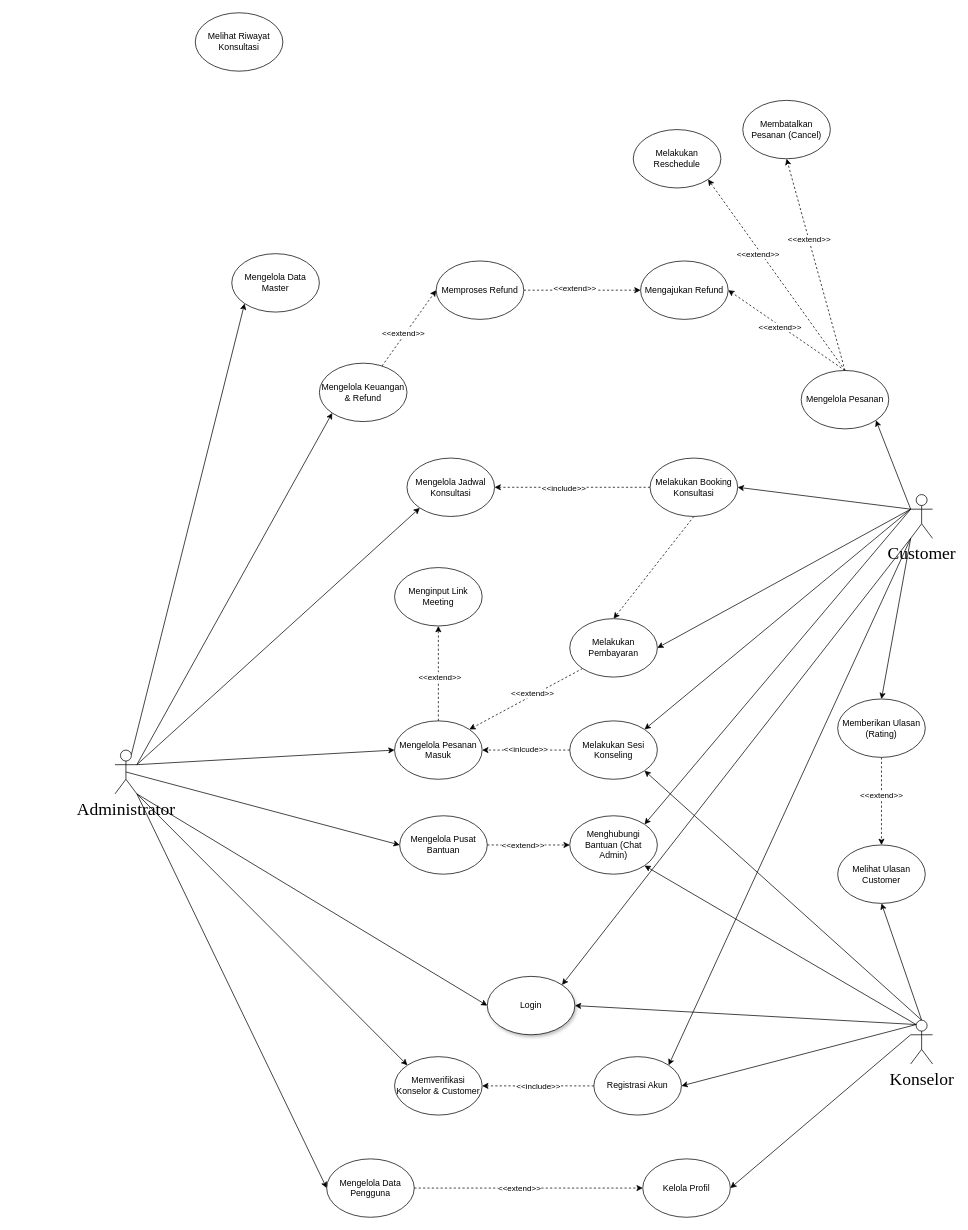
Before: Use Case Diagram.drawio in UlulAzmiALatala/moodly-app, a draw.io diagram. Source tidied: cells renumbered, new cells numbered last; positions are measured from the earlier drawing's top-left corner, leaving out a move shared by most shapes. Both pictures are drawn from the tidied source at 73%, with x=0, y=0 at pixel (115, 12).
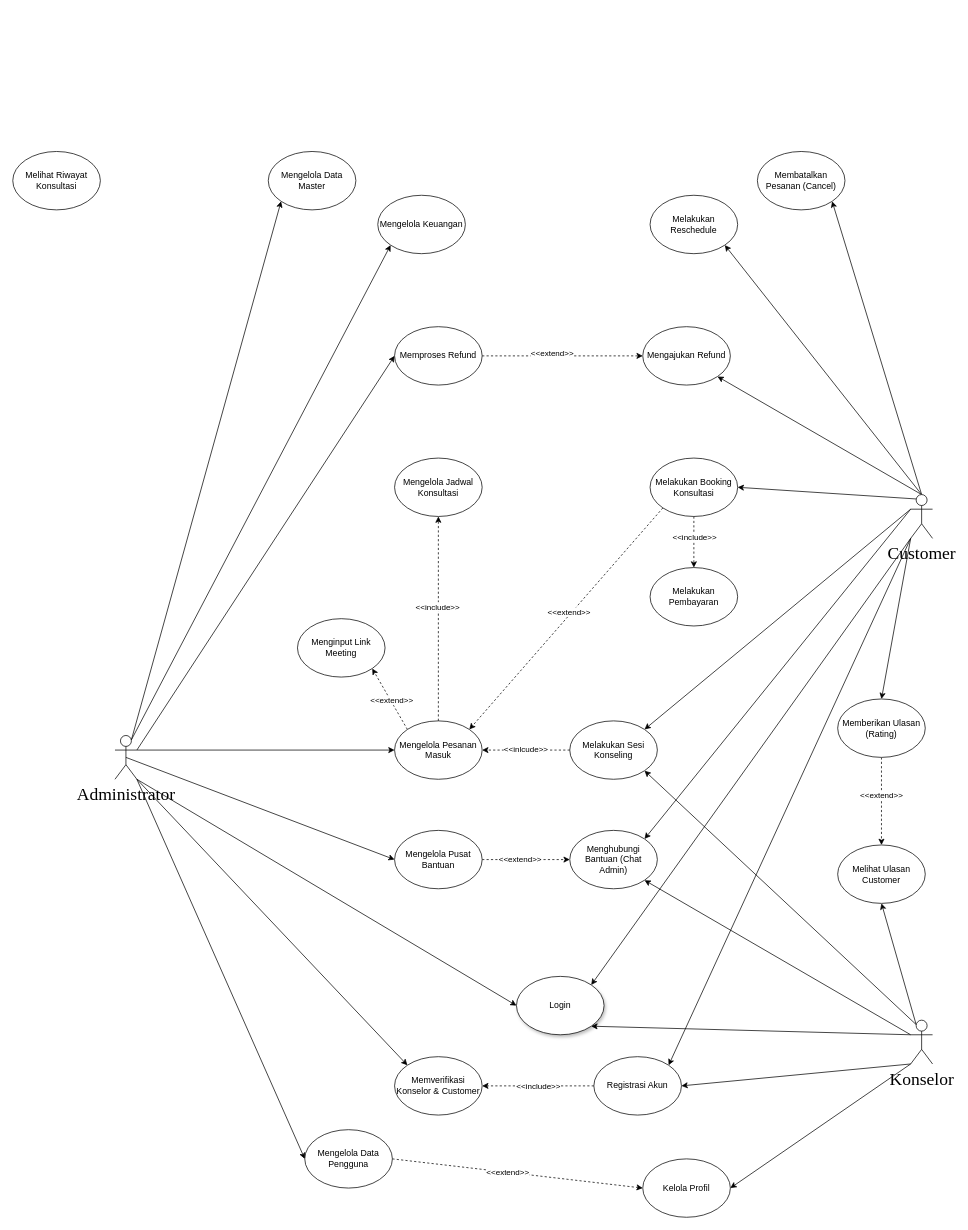
The same page after the edit.

The change refers to these unchanged cells:
```xml
<mxCell id="10" value="&lt;font face=&quot;Times New Roman&quot; style=&quot;font-size: 24px;&quot;&gt;Customer&lt;/font&gt;" style="shape=umlActor;verticalLabelPosition=bottom;verticalAlign=top;html=1;outlineConnect=0;" parent="1" vertex="1">
  <mxGeometry x="1090" y="660" width="30" height="60" as="geometry" />
</mxCell>
<mxCell id="15" value="Registrasi Akun" style="ellipse;whiteSpace=wrap;html=1;" parent="1" vertex="1">
  <mxGeometry x="656" y="1430" width="120" height="80" as="geometry" />
</mxCell>
<mxCell id="16" style="rounded=0;jettySize=auto;html=1;entryX=0.5;entryY=0;entryDx=0;entryDy=0;dashed=1;exitX=0.5;exitY=1;exitDx=0;exitDy=0;" parent="1" edge="1" source="19" target="26">
  <mxGeometry relative="1" as="geometry" />
</mxCell>
<mxCell id="19" value="Melakukan Booking Konsultasi" style="ellipse;whiteSpace=wrap;html=1;" parent="1" vertex="1">
  <mxGeometry x="733" y="610" width="120" height="80" as="geometry" />
</mxCell>
<mxCell id="22" value="&lt;p&gt;Melakukan Sesi Konseling&lt;/p&gt;" style="ellipse;whiteSpace=wrap;html=1;" parent="1" vertex="1">
  <mxGeometry x="623" y="970" width="120" height="80" as="geometry" />
</mxCell>
<mxCell id="23" value="Kelola Profil" style="ellipse;whiteSpace=wrap;html=1;" parent="1" vertex="1">
  <mxGeometry x="723" y="1570" width="120" height="80" as="geometry" />
</mxCell>
<mxCell id="42" value="&lt;font face=&quot;Times New Roman&quot; style=&quot;font-size: 24px;&quot;&gt;Konselor&lt;/font&gt;" style="shape=umlActor;verticalLabelPosition=bottom;verticalAlign=top;html=1;outlineConnect=0;" parent="1" vertex="1">
  <mxGeometry x="1090" y="1380" width="30" height="60" as="geometry" />
</mxCell>
<mxCell id="52" value="Melihat Ulasan Customer" style="ellipse;whiteSpace=wrap;html=1;" parent="1" vertex="1">
  <mxGeometry x="990" y="1140" width="120" height="80" as="geometry" />
</mxCell>
<mxCell id="64" value="Mengelola Pesanan Masuk" style="ellipse;whiteSpace=wrap;html=1;" parent="1" vertex="1">
  <mxGeometry x="383" y="970" width="120" height="80" as="geometry" />
</mxCell>
```

Diff of the diagram source:
```diff
@@
-    <mxCell id="2" style="rounded=0;jettySize=auto;html=1;exitX=0;exitY=0.3333333333333333;exitDx=0;exitDy=0;exitPerimeter=0;entryX=1;entryY=0.5;entryDx=0;entryDy=0;" parent="1" edge="1" source="10" target="19">
+    <mxCell id="2" style="rounded=0;jettySize=auto;html=1;exitX=0.25;exitY=0.1;exitDx=0;exitDy=0;exitPerimeter=0;entryX=1;entryY=0.5;entryDx=0;entryDy=0;" parent="1" edge="1" source="10" target="19">
       <mxGeometry relative="1" as="geometry" />
     </mxCell>
-    <mxCell id="3" style="rounded=0;jettySize=auto;html=1;exitX=0;exitY=0.3333333333333333;exitDx=0;exitDy=0;exitPerimeter=0;entryX=1;entryY=0.5;entryDx=0;entryDy=0;" parent="1" edge="1" source="10" target="26">
-      <mxGeometry relative="1" as="geometry" />
-    </mxCell>
@@
-    <mxCell id="5" style="rounded=0;jettySize=auto;html=1;exitX=0;exitY=0.3333333333333333;exitDx=0;exitDy=0;exitPerimeter=0;entryX=1;entryY=1;entryDx=0;entryDy=0;" parent="1" edge="1" source="10" target="31">
+    <mxCell id="5" style="rounded=0;jettySize=auto;html=1;exitX=0.5;exitY=0;exitDx=0;exitDy=0;exitPerimeter=0;entryX=1;entryY=1;entryDx=0;entryDy=0;" parent="1" edge="1" source="10" target="27">
       <mxGeometry relative="1" as="geometry" />
     </mxCell>
@@
+    <mxCell id="78" style="rounded=0;jettySize=auto;html=1;exitX=0.5;exitY=0;exitDx=0;exitDy=0;exitPerimeter=0;entryX=1;entryY=1;entryDx=0;entryDy=0;" parent="1" edge="1" source="10" target="12">
+      <mxGeometry relative="1" as="geometry" />
+    </mxCell>
+    <mxCell id="79" style="rounded=0;jettySize=auto;html=1;exitX=0.5;exitY=0;exitDx=0;exitDy=0;exitPerimeter=0;entryX=1;entryY=1;entryDx=0;entryDy=0;" parent="1" edge="1" source="10" target="43">
+      <mxGeometry relative="1" as="geometry" />
+    </mxCell>
@@
     <mxCell id="11" value="Login" style="ellipse;whiteSpace=wrap;html=1;shadow=1;" parent="1" vertex="1">
-      <mxGeometry x="510" y="1320" width="120" height="80" as="geometry" />
+      <mxGeometry x="550" y="1320" width="120" height="80" as="geometry" />
     </mxCell>
     <mxCell id="12" value="Melakukan Reschedule" style="ellipse;whiteSpace=wrap;html=1;" parent="1" vertex="1">
-      <mxGeometry x="710" y="160" width="120" height="80" as="geometry" />
+      <mxGeometry x="733" y="250" width="120" height="80" as="geometry" />
     </mxCell>
@@
-    <mxCell id="17" style="rounded=0;jettySize=auto;html=1;exitX=0;exitY=0.5;exitDx=0;exitDy=0;entryX=1;entryY=0.5;entryDx=0;entryDy=0;dashed=1;" parent="1" edge="1" source="19" target="53">
-      <mxGeometry relative="1" as="geometry" />
-    </mxCell>
-    <mxCell id="18" value="&amp;lt;&amp;lt;include&amp;gt;&amp;gt;" style="edgeLabel;html=1;align=center;verticalAlign=middle;" parent="17" vertex="1">
-      <mxGeometry x="0.12" relative="1" as="geometry" />
-    </mxCell>
+    <mxCell id="80" value="&amp;lt;&amp;lt;include&amp;gt;&amp;gt;" style="edgeLabel;html=1;align=center;verticalAlign=middle;" parent="16" vertex="1">
+      <mxGeometry x="-0.22" y="1" relative="1" as="geometry">
+        <mxPoint x="-1" y="1" as="offset" />
+      </mxGeometry>
+    </mxCell>
+    <mxCell id="81" style="rounded=0;jettySize=auto;html=1;exitX=0;exitY=1;exitDx=0;exitDy=0;entryX=1;entryY=0;entryDx=0;entryDy=0;dashed=1;" parent="1" edge="1" source="19" target="64">
+      <mxGeometry relative="1" as="geometry" />
+    </mxCell>
+    <mxCell id="82" value="&amp;lt;&amp;lt;extend&amp;gt;&amp;gt;" style="edgeLabel;html=1;align=center;verticalAlign=middle;" parent="81" vertex="1">
+      <mxGeometry x="-0.04" y="-3" relative="1" as="geometry">
+        <mxPoint y="-1" as="offset" />
+      </mxGeometry>
+    </mxCell>
@@
-    <mxCell id="24" style="rounded=0;jettySize=auto;html=1;exitX=0;exitY=1;exitDx=0;exitDy=0;entryX=1;entryY=0;entryDx=0;entryDy=0;dashed=1;" parent="1" edge="1" source="26" target="64">
-      <mxGeometry relative="1" as="geometry" />
-    </mxCell>
-    <mxCell id="25" value="&amp;lt;&amp;lt;extend&amp;gt;&amp;gt;" style="edgeLabel;html=1;align=center;verticalAlign=middle;" parent="24" vertex="1">
-      <mxGeometry x="-0.13" y="-3" relative="1" as="geometry" />
-    </mxCell>
     <mxCell id="26" value="Melakukan Pembayaran" style="ellipse;whiteSpace=wrap;html=1;" parent="1" vertex="1">
-      <mxGeometry x="623" y="830" width="120" height="80" as="geometry" />
+      <mxGeometry x="733" y="760" width="120" height="80" as="geometry" />
     </mxCell>
     <mxCell id="27" value="Membatalkan Pesanan (Cancel)" style="ellipse;whiteSpace=wrap;html=1;" parent="1" vertex="1">
-      <mxGeometry x="860" y="120" width="120" height="80" as="geometry" />
+      <mxGeometry x="880" y="190" width="120" height="80" as="geometry" />
     </mxCell>
-    <mxCell id="28" style="rounded=0;jettySize=auto;html=1;exitX=0.5;exitY=0;exitDx=0;exitDy=0;entryX=1;entryY=0.5;entryDx=0;entryDy=0;dashed=1;" parent="1" edge="1" source="31" target="43">
-      <mxGeometry relative="1" as="geometry" />
-    </mxCell>
-    <mxCell id="29" style="rounded=0;jettySize=auto;html=1;exitX=0.5;exitY=0;exitDx=0;exitDy=0;entryX=0.5;entryY=1;entryDx=0;entryDy=0;dashed=1;" parent="1" edge="1" source="31" target="27">
-      <mxGeometry relative="1" as="geometry" />
-    </mxCell>
-    <mxCell id="30" style="rounded=0;jettySize=auto;html=1;exitX=0.5;exitY=0;exitDx=0;exitDy=0;entryX=1;entryY=1;entryDx=0;entryDy=0;dashed=1;" parent="1" edge="1" source="31" target="12">
-      <mxGeometry relative="1" as="geometry" />
-    </mxCell>
-    <mxCell id="31" value="Mengelola Pesanan" style="ellipse;whiteSpace=wrap;html=1;" parent="1" vertex="1">
-      <mxGeometry x="940" y="490" width="120" height="80" as="geometry" />
-    </mxCell>
@@
-    <mxCell id="35" style="edgeStyle=orthogonalEdgeStyle;rounded=0;orthogonalLoop=1;jettySize=auto;html=1;exitX=0.5;exitY=1;exitDx=0;exitDy=0;" parent="1" edge="1" source="31" target="31">
-      <mxGeometry relative="1" as="geometry" />
+    <mxCell id="35" style="edgeStyle=orthogonalEdgeStyle;rounded=0;orthogonalLoop=1;jettySize=auto;html=1;exitX=0.5;exitY=1;exitDx=0;exitDy=0;" parent="1" edge="1">
+      <mxGeometry relative="1" as="geometry">
+        <mxPoint x="1000" y="570" as="sourcePoint" />
+        <mxPoint x="1000" y="570" as="targetPoint" />
+      </mxGeometry>
     </mxCell>
-    <mxCell id="36" style="rounded=0;jettySize=auto;html=1;exitX=0.25;exitY=0.1;exitDx=0;exitDy=0;exitPerimeter=0;entryX=1;entryY=0.5;entryDx=0;entryDy=0;" parent="1" edge="1" source="42" target="15">
+    <mxCell id="36" style="rounded=0;jettySize=auto;html=1;exitX=0;exitY=1;exitDx=0;exitDy=0;exitPerimeter=0;entryX=1;entryY=0.5;entryDx=0;entryDy=0;" parent="1" edge="1" source="42" target="15">
       <mxGeometry relative="1" as="geometry" />
     </mxCell>
-    <mxCell id="37" style="rounded=0;jettySize=auto;html=1;exitX=0;exitY=0.3333333333333333;exitDx=0;exitDy=0;exitPerimeter=0;entryX=1;entryY=0.5;entryDx=0;entryDy=0;" parent="1" edge="1" source="42" target="23">
+    <mxCell id="37" style="rounded=0;jettySize=auto;html=1;exitX=0;exitY=1;exitDx=0;exitDy=0;exitPerimeter=0;entryX=1;entryY=0.5;entryDx=0;entryDy=0;" parent="1" edge="1" source="42" target="23">
       <mxGeometry relative="1" as="geometry" />
     </mxCell>
-    <mxCell id="38" style="rounded=0;jettySize=auto;html=1;exitX=0.5;exitY=0;exitDx=0;exitDy=0;exitPerimeter=0;entryX=0.5;entryY=1;entryDx=0;entryDy=0;" parent="1" edge="1" source="42" target="52">
+    <mxCell id="38" style="rounded=0;jettySize=auto;html=1;exitX=0.25;exitY=0.1;exitDx=0;exitDy=0;exitPerimeter=0;entryX=0.5;entryY=1;entryDx=0;entryDy=0;" parent="1" edge="1" source="42" target="52">
       <mxGeometry relative="1" as="geometry" />
     </mxCell>
-    <mxCell id="39" style="rounded=0;jettySize=auto;html=1;entryX=1;entryY=0.5;entryDx=0;entryDy=0;exitX=0.25;exitY=0.1;exitDx=0;exitDy=0;exitPerimeter=0;" parent="1" edge="1" source="42" target="11">
+    <mxCell id="39" style="rounded=0;jettySize=auto;html=1;entryX=1;entryY=1;entryDx=0;entryDy=0;exitX=0;exitY=0.3333333333333333;exitDx=0;exitDy=0;exitPerimeter=0;" parent="1" edge="1" source="42" target="11">
       <mxGeometry relative="1" as="geometry" />
     </mxCell>
-    <mxCell id="40" style="rounded=0;jettySize=auto;html=1;exitX=0.25;exitY=0.1;exitDx=0;exitDy=0;exitPerimeter=0;entryX=1;entryY=1;entryDx=0;entryDy=0;" parent="1" edge="1" source="42" target="74">
+    <mxCell id="40" style="rounded=0;jettySize=auto;html=1;exitX=0;exitY=0.3333333333333333;exitDx=0;exitDy=0;exitPerimeter=0;entryX=1;entryY=1;entryDx=0;entryDy=0;" parent="1" edge="1" source="42" target="74">
       <mxGeometry relative="1" as="geometry" />
     </mxCell>
-    <mxCell id="41" style="rounded=0;jettySize=auto;html=1;exitX=0.5;exitY=0;exitDx=0;exitDy=0;exitPerimeter=0;entryX=1;entryY=1;entryDx=0;entryDy=0;" parent="1" edge="1" source="42" target="22">
+    <mxCell id="41" style="rounded=0;jettySize=auto;html=1;exitX=0.25;exitY=0.1;exitDx=0;exitDy=0;exitPerimeter=0;entryX=1;entryY=1;entryDx=0;entryDy=0;" parent="1" edge="1" source="42" target="22">
       <mxGeometry relative="1" as="geometry" />
     </mxCell>
@@
     <mxCell id="43" value="Mengajukan Refund" style="ellipse;whiteSpace=wrap;html=1;" parent="1" vertex="1">
-      <mxGeometry x="720" y="340" width="120" height="80" as="geometry" />
+      <mxGeometry x="723" y="430" width="120" height="80" as="geometry" />
     </mxCell>
-    <mxCell id="44" style="rounded=0;jettySize=auto;html=1;exitX=1;exitY=0.3333333333333333;exitDx=0;exitDy=0;exitPerimeter=0;entryX=0;entryY=1;entryDx=0;entryDy=0;" parent="1" edge="1" source="51" target="53">
-      <mxGeometry relative="1" as="geometry" />
-    </mxCell>
@@
-    <mxCell id="47" style="rounded=0;jettySize=auto;html=1;exitX=1;exitY=0.3333333333333333;exitDx=0;exitDy=0;exitPerimeter=0;entryX=0;entryY=1;entryDx=0;entryDy=0;" parent="1" edge="1" source="51" target="60">
+    <mxCell id="47" style="rounded=0;jettySize=auto;html=1;exitX=1;exitY=0.3333333333333333;exitDx=0;exitDy=0;exitPerimeter=0;entryX=0;entryY=0.5;entryDx=0;entryDy=0;" parent="1" edge="1" source="51" target="73">
       <mxGeometry relative="1" as="geometry" />
     </mxCell>
@@
+    <mxCell id="83" style="rounded=0;jettySize=auto;html=1;exitX=0.75;exitY=0.1;exitDx=0;exitDy=0;exitPerimeter=0;entryX=0;entryY=1;entryDx=0;entryDy=0;" parent="1" edge="1" source="51" target="86">
+      <mxGeometry relative="1" as="geometry" />
+    </mxCell>
     <mxCell id="51" value="&lt;font face=&quot;Times New Roman&quot; style=&quot;font-size: 24px;&quot;&gt;Administrator&lt;/font&gt;" style="shape=umlActor;verticalLabelPosition=bottom;verticalAlign=top;html=1;outlineConnect=0;" parent="1" vertex="1">
-      <mxGeometry y="1010" width="30" height="60" as="geometry" />
+      <mxGeometry y="990" width="30" height="60" as="geometry" />
     </mxCell>
@@
     <mxCell id="53" value="Mengelola Jadwal Konsultasi" style="ellipse;whiteSpace=wrap;html=1;" parent="1" vertex="1">
-      <mxGeometry x="400" y="610" width="120" height="80" as="geometry" />
+      <mxGeometry x="383" y="610" width="120" height="80" as="geometry" />
     </mxCell>
     <mxCell id="54" value="Melihat Riwayat Konsultasi" style="ellipse;whiteSpace=wrap;html=1;" parent="1" vertex="1">
-      <mxGeometry x="110" width="120" height="80" as="geometry" />
+      <mxGeometry x="-140" y="190" width="120" height="80" as="geometry" />
     </mxCell>
@@
     <mxCell id="57" value="Mengelola Data Pengguna" style="ellipse;whiteSpace=wrap;html=1;" parent="1" vertex="1">
-      <mxGeometry x="290" y="1570" width="120" height="80" as="geometry" />
+      <mxGeometry x="260" y="1530" width="120" height="80" as="geometry" />
     </mxCell>
-    <mxCell id="58" style="rounded=0;jettySize=auto;html=1;entryX=0;entryY=0.5;entryDx=0;entryDy=0;dashed=1;" parent="1" edge="1" source="60" target="73">
-      <mxGeometry relative="1" as="geometry" />
-    </mxCell>
-    <mxCell id="59" value="&amp;lt;&amp;lt;extend&amp;gt;&amp;gt;" style="edgeLabel;html=1;align=center;verticalAlign=middle;" parent="58" vertex="1">
-      <mxGeometry x="-0.15" y="3" relative="1" as="geometry" />
-    </mxCell>
-    <mxCell id="60" value="Mengelola Keuangan &amp;amp; Refund" style="ellipse;whiteSpace=wrap;html=1;" parent="1" vertex="1">
-      <mxGeometry x="280" y="480" width="120" height="80" as="geometry" />
-    </mxCell>
     <mxCell id="61" value="Mengelola Data Master" style="ellipse;whiteSpace=wrap;html=1;" parent="1" vertex="1">
-      <mxGeometry x="160" y="330" width="120" height="80" as="geometry" />
+      <mxGeometry x="210" y="190" width="120" height="80" as="geometry" />
     </mxCell>
-    <mxCell id="62" style="rounded=0;jettySize=auto;html=1;exitX=0.5;exitY=0;exitDx=0;exitDy=0;entryX=0.5;entryY=1;entryDx=0;entryDy=0;dashed=1;" parent="1" edge="1" source="64" target="65">
+    <mxCell id="62" style="rounded=0;jettySize=auto;html=1;exitX=0;exitY=0;exitDx=0;exitDy=0;entryX=1;entryY=1;entryDx=0;entryDy=0;dashed=1;" parent="1" edge="1" source="64" target="65">
       <mxGeometry relative="1" as="geometry" />
     </mxCell>
@@
+    <mxCell id="84" style="rounded=0;jettySize=auto;html=1;exitX=0.5;exitY=0;exitDx=0;exitDy=0;entryX=0.5;entryY=1;entryDx=0;entryDy=0;dashed=1;" parent="1" edge="1" source="64" target="53">
+      <mxGeometry relative="1" as="geometry" />
+    </mxCell>
+    <mxCell id="85" value="&amp;lt;&amp;lt;include&amp;gt;&amp;gt;" style="edgeLabel;html=1;align=center;verticalAlign=middle;" parent="84" vertex="1">
+      <mxGeometry x="0.12" y="2" relative="1" as="geometry" />
+    </mxCell>
@@
     <mxCell id="65" value="Menginput Link Meeting" style="ellipse;whiteSpace=wrap;html=1;" parent="1" vertex="1">
-      <mxGeometry x="383" y="760" width="120" height="80" as="geometry" />
+      <mxGeometry x="250" y="830" width="120" height="80" as="geometry" />
     </mxCell>
@@
     <mxCell id="69" value="Mengelola Pusat Bantuan" style="ellipse;whiteSpace=wrap;html=1;" parent="1" vertex="1">
-      <mxGeometry x="390" y="1100" width="120" height="80" as="geometry" />
+      <mxGeometry x="383" y="1120" width="120" height="80" as="geometry" />
     </mxCell>
@@
     <mxCell id="73" value="Memproses Refund" style="ellipse;whiteSpace=wrap;html=1;" parent="1" vertex="1">
-      <mxGeometry x="440" y="340" width="120" height="80" as="geometry" />
+      <mxGeometry x="383" y="430" width="120" height="80" as="geometry" />
     </mxCell>
     <mxCell id="74" value="Menghubungi Bantuan (Chat Admin)" style="ellipse;whiteSpace=wrap;html=1;" parent="1" vertex="1">
-      <mxGeometry x="623" y="1100" width="120" height="80" as="geometry" />
+      <mxGeometry x="623" y="1120" width="120" height="80" as="geometry" />
     </mxCell>
-    <mxCell id="75" value="&amp;lt;&amp;lt;extend&amp;gt;&amp;gt;" style="edgeLabel;html=1;align=center;verticalAlign=middle;" parent="1" vertex="1">
-      <mxGeometry x="950" y="310" as="geometry" />
-    </mxCell>
-    <mxCell id="76" value="&amp;lt;&amp;lt;extend&amp;gt;&amp;gt;" style="edgeLabel;html=1;align=center;verticalAlign=middle;" parent="1" vertex="1">
-      <mxGeometry x="880" y="330" as="geometry" />
-    </mxCell>
-    <mxCell id="77" value="&amp;lt;&amp;lt;extend&amp;gt;&amp;gt;" style="edgeLabel;html=1;align=center;verticalAlign=middle;" parent="1" vertex="1">
-      <mxGeometry x="910" y="430" as="geometry" />
-    </mxCell>
+    <mxCell id="86" value="Mengelola Keuangan" style="ellipse;whiteSpace=wrap;html=1;" parent="1" vertex="1">
+      <mxGeometry x="360" y="250" width="120" height="80" as="geometry" />
+    </mxCell>
```
